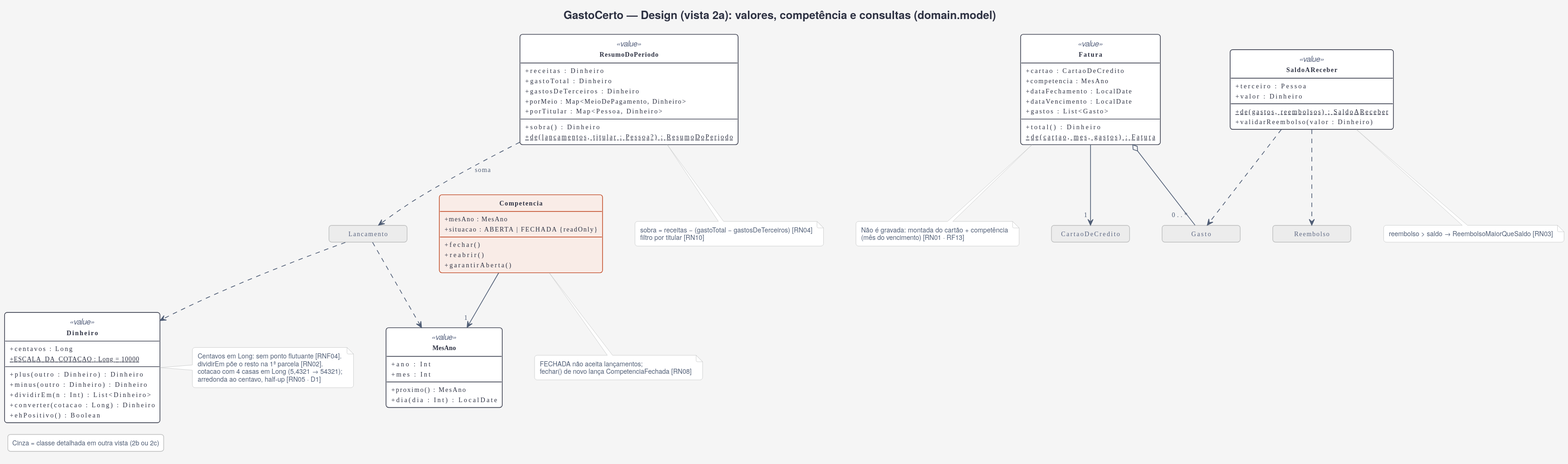
Earlier version of the PlantUML export docs/uml/design-2a-dominio-valores.svg (gabrielfbarbosa/gasto-certo).
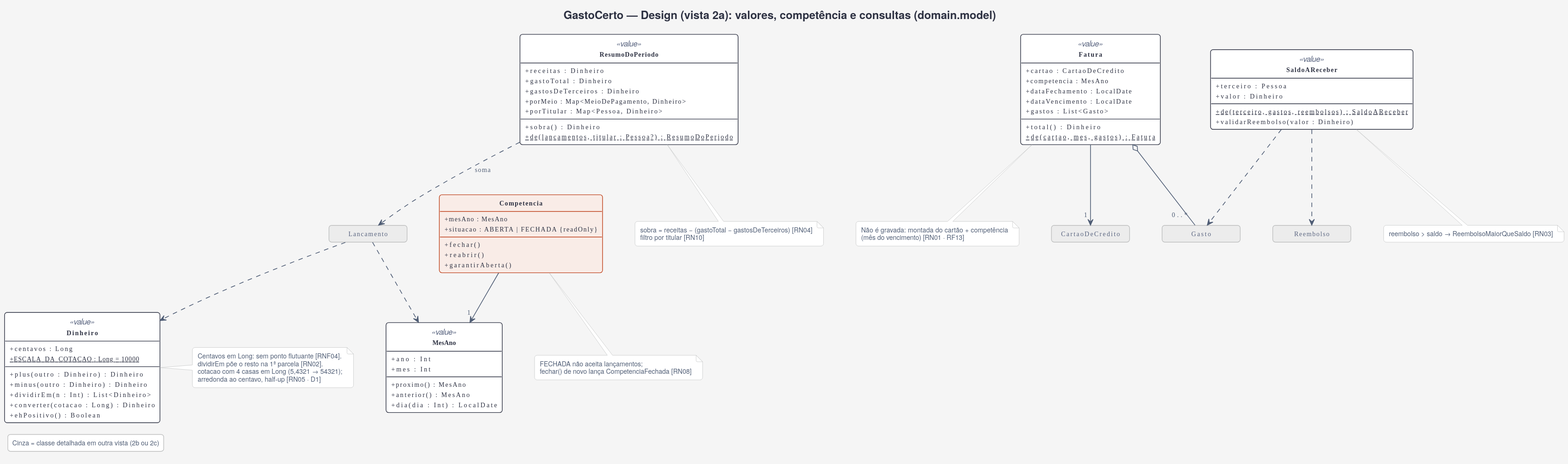
The same file after the commit.

Diff of the diagram source:
```diff
@@ -20,6 +20,7 @@
   + ano : Int
   + mes : Int
   + proximo() : MesAno
+  + anterior() : MesAno
   + dia(dia : Int) : LocalDate
 }
 class Competencia <<foco>> {
@@ -41,7 +42,7 @@
 class SaldoAReceber <<value>> {
   + terceiro : Pessoa
   + valor : Dinheiro
-  + {static} de(gastos, reembolsos) : SaldoAReceber
+  + {static} de(terceiro, gastos, reembolsos) : SaldoAReceber
   + validarReembolso(valor : Dinheiro)
 }
 class Fatura <<value>> {
```
